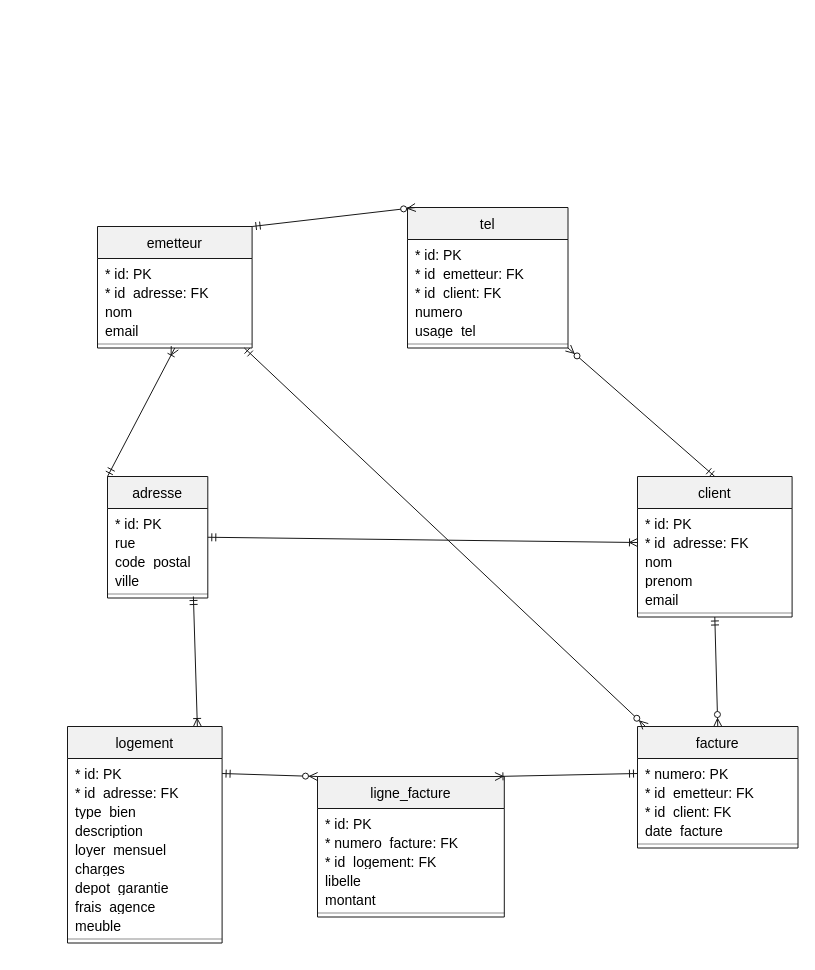
El-Khey/DDS keeps this draw.io diagram as src/server/schema/database.drawio. Above is the earlier version. Source tidied: cells renumbered, new cells numbered last; positions are measured from the earlier drawing's top-left corner, leaving out a move shared by most shapes. Both pictures are drawn from the tidied source at 100%, with x=0, y=0 at pixel (17, 17).
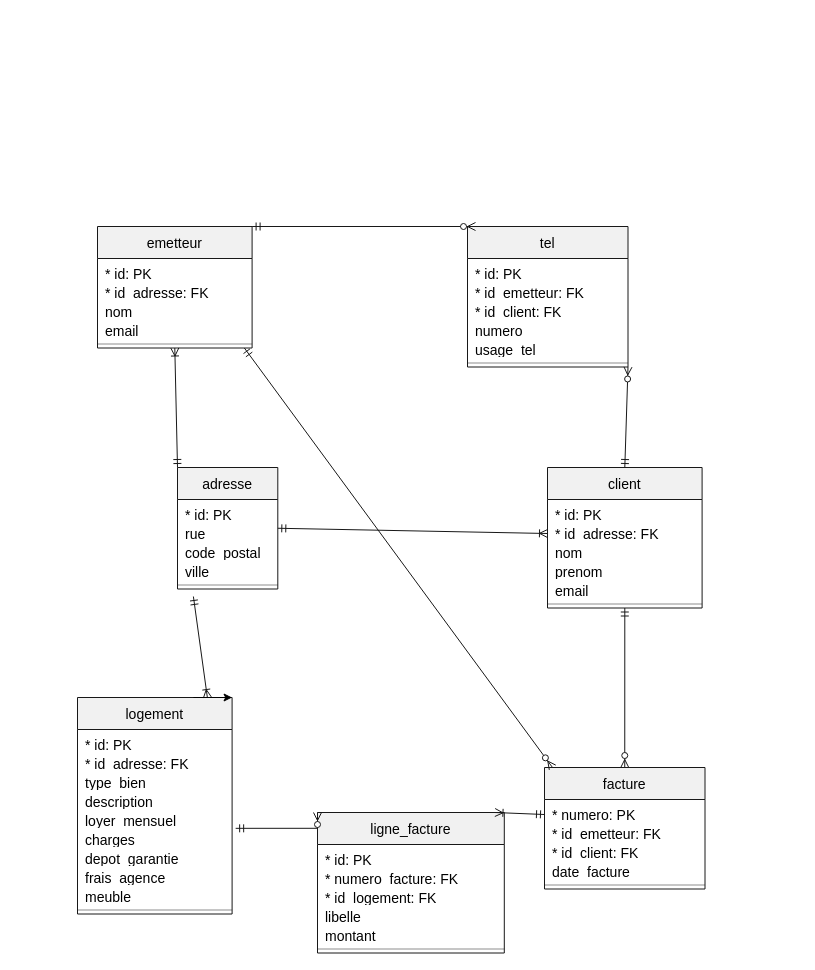
After the change.

Commit message (it also covers changes not shown here):
fix(database): adjust layout and positioning in database diagram and correct diapo

The change refers to these unchanged cells:
```xml
<mxCell id="2" style="group;transparentBounds=1;editIcon=1;lockedGroup=0;groupPadding=10;" parent="1" vertex="1">
  <mxGeometry as="geometry" />
</mxCell>
<mxCell id="23" value="* id: PK" style="text;html=1;align=left;verticalAlign=middle;spacingLeft=6;spacingRight=4;overflow=hidden;fillColor=none;strokeColor=none;fontSize=14;fontColor=#000000;fontStyle=0;points=[[0,0.5],[1,0.5]];portConstraint=eastwest;whiteSpace=wrap;" parent="22" vertex="1">
  <mxGeometry y="37.5" width="154.6" height="19" as="geometry" />
</mxCell>
<mxCell id="28" value="charges" style="text;html=1;align=left;verticalAlign=middle;spacingLeft=6;spacingRight=4;overflow=hidden;fillColor=none;strokeColor=none;fontSize=14;fontColor=#000000;fontStyle=0;points=[[0,0.5],[1,0.5]];portConstraint=eastwest;whiteSpace=wrap;" parent="22" vertex="1">
  <mxGeometry y="132.5" width="154.6" height="19" as="geometry" />
</mxCell>
```

Change to the diagram source:
```diff
@@
     <mxCell id="3" value="adresse" style="swimlane;fontStyle=0;align=center;fontSize=14;fontColor=#000000;startSize=32;spacingLeft=0;fillColor=#F1F1F1;strokeColor=#181818;horizontal=1;" parent="2" vertex="1">
-      <mxGeometry x="90" y="459" width="100.3" height="121.5" as="geometry" />
+      <mxGeometry x="160" y="450" width="100.3" height="121.5" as="geometry" />
     </mxCell>
@@
     <mxCell id="15" value="client" style="swimlane;fontStyle=0;align=center;fontSize=14;fontColor=#000000;startSize=32;spacingLeft=0;fillColor=#F1F1F1;strokeColor=#181818;horizontal=1;" parent="2" vertex="1">
-      <mxGeometry x="620" y="459" width="154.6" height="140.5" as="geometry" />
+      <mxGeometry x="530" y="450" width="154.6" height="140.5" as="geometry" />
     </mxCell>
@@
     <mxCell id="22" value="logement" style="swimlane;fontStyle=0;align=center;fontSize=14;fontColor=#000000;startSize=32;spacingLeft=0;fillColor=#F1F1F1;strokeColor=#181818;horizontal=1;" parent="2" vertex="1">
-      <mxGeometry x="50" y="709" width="154.6" height="216.5" as="geometry" />
+      <mxGeometry x="60" y="680" width="154.6" height="216.5" as="geometry" />
     </mxCell>
@@
     <mxCell id="33" value="facture" style="swimlane;fontStyle=0;align=center;fontSize=14;fontColor=#000000;startSize=32;spacingLeft=0;fillColor=#F1F1F1;strokeColor=#181818;horizontal=1;" parent="2" vertex="1">
-      <mxGeometry x="620" y="709" width="160.5" height="121.5" as="geometry" />
+      <mxGeometry x="527" y="750" width="160.5" height="121.5" as="geometry" />
     </mxCell>
@@
     <mxCell id="39" value="ligne_facture" style="swimlane;fontStyle=0;align=center;fontSize=14;fontColor=#000000;startSize=32;spacingLeft=0;fillColor=#F1F1F1;strokeColor=#181818;horizontal=1;" parent="2" vertex="1">
-      <mxGeometry x="300" y="759" width="186.8" height="140.5" as="geometry" />
+      <mxGeometry x="300" y="795" width="186.8" height="140.5" as="geometry" />
     </mxCell>
@@
     <mxCell id="46" value="tel" style="swimlane;fontStyle=0;align=center;fontSize=14;fontColor=#000000;startSize=32;spacingLeft=0;fillColor=#F1F1F1;strokeColor=#181818;horizontal=1;" parent="2" vertex="1">
-      <mxGeometry x="390" y="190" width="160.5" height="140.5" as="geometry" />
+      <mxGeometry x="450" y="209" width="160.5" height="140.5" as="geometry" />
     </mxCell>
@@
-    <mxCell id="59" style="endArrow=ERzeroToMany;html=1;strokeColor=#181818;fontColor=#000000;fontSize=11;startArrow=ERmandOne;exitX=1;exitY=0.5;exitDx=0;exitDy=0;entryX=0;entryY=0;entryDx=0;entryDy=0;rounded=0;" parent="2" edge="1" source="23" target="39">
-      <mxGeometry relative="1" as="geometry" />
+    <mxCell id="59" style="endArrow=ERzeroToMany;html=1;strokeColor=#181818;fontColor=#000000;fontSize=11;startArrow=ERmandOne;entryX=0;entryY=0;entryDx=0;entryDy=0;rounded=0;exitX=1.023;exitY=-0.088;exitDx=0;exitDy=0;exitPerimeter=0;" parent="2" edge="1" source="28" target="39">
+      <mxGeometry relative="1" as="geometry">
+        <Array as="points">
+          <mxPoint x="300" y="810.8" />
+        </Array>
+      </mxGeometry>
     </mxCell>
@@
+    <mxCell id="62" style="edgeStyle=orthogonalEdgeStyle;html=1;innerLoopWaypoints=1;exitX=0.75;exitY=0;exitDx=0;exitDy=0;entryX=1;entryY=0;entryDx=0;entryDy=0;" parent="2" edge="1" source="22" target="22">
+      <mxGeometry relative="1" as="geometry" />
+    </mxCell>
```
